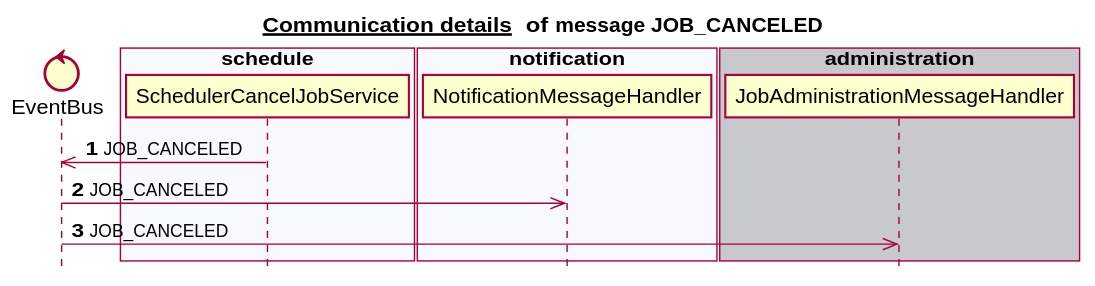
Earlier version of the PlantUML export docs/latest/images/gen_domain_messaging_job_canceled.svg (mercedes-benz/sechub).
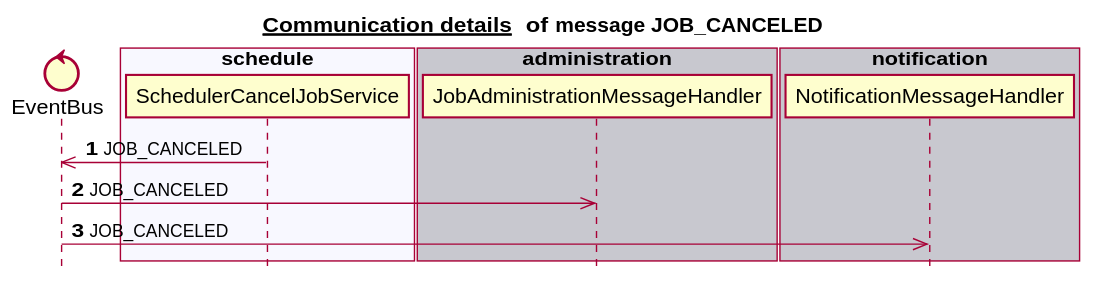
Later version of the same file.

Diff of the diagram source:
```diff
@@ -11,18 +11,18 @@
 box "schedule" #F8F8FF
    participant SchedulerCancelJobService
 end box
-box "authorization" #C8C8CF
-end box
-box "notification" #F8F8FF
-   participant NotificationMessageHandler
-end box
 box "administration" #C8C8CF
    participant JobAdministrationMessageHandler
 end box
+box "authorization" #F8F8FF
+end box
+box "notification" #C8C8CF
+   participant NotificationMessageHandler
+end box
 autonumber 1
 SchedulerCancelJobService ->> EventBus:JOB_CANCELED
+EventBus ->> JobAdministrationMessageHandler:JOB_CANCELED
 EventBus ->> NotificationMessageHandler:JOB_CANCELED
-EventBus ->> JobAdministrationMessageHandler:JOB_CANCELED
 autonumber stop
 
 
```
